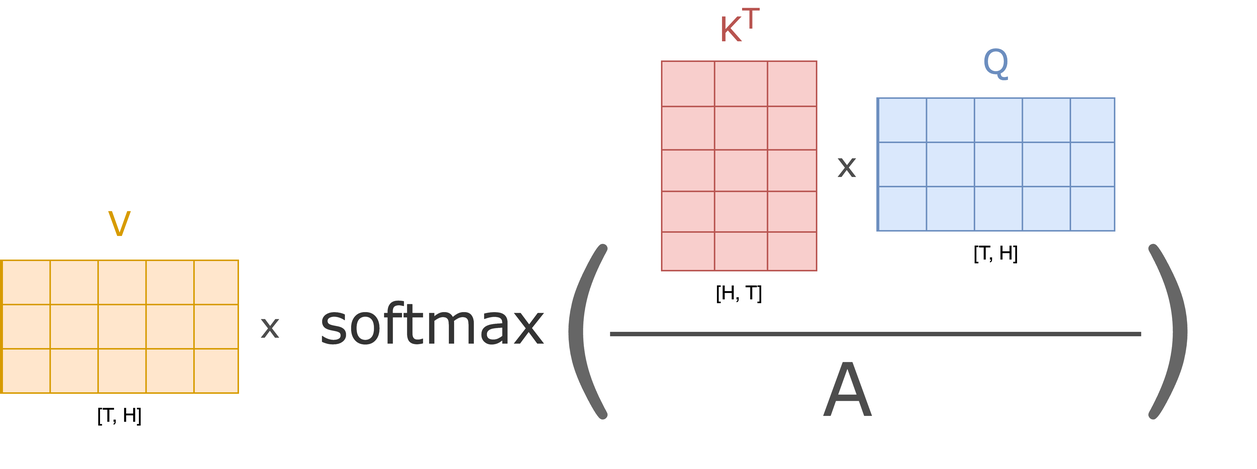
Earlier version of the draw.io export pages/imgs/att_ops.png (LxMLS/lxmls-guide). Source tidied: cells renumbered, new cells last; positions are measured from the earlier drawing's top-left corner, leaving out a move shared by most shapes.
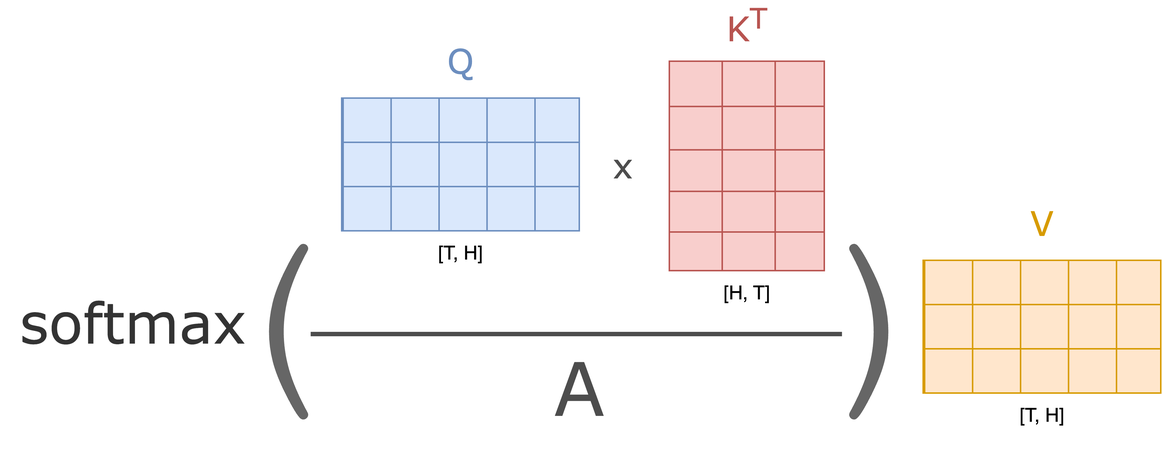
The same file after the commit.

Commit message:
[fix] Update ops figure with the classic order

The edit, as a diff of the source:
```diff
@@ -3,52 +3,13 @@
     <mxCell id="0" />
     <mxCell id="1" parent="0" />
     <mxCell id="2" value="&lt;font color=&quot;#b85450&quot;&gt;K&lt;sup&gt;T&lt;/sup&gt;&lt;/font&gt;" style="text;html=1;strokeColor=none;fillColor=none;align=center;verticalAlign=middle;whiteSpace=wrap;rounded=0;fontFamily=Verdana;fontSize=23;fontColor=#990000;" parent="1" vertex="1">
-      <mxGeometry x="470.5" width="60" height="30" as="geometry" />
+      <mxGeometry x="678.5" width="60" height="30" as="geometry" />
     </mxCell>
     <mxCell id="3" value="[H, T]" style="text;html=1;strokeColor=none;fillColor=none;align=center;verticalAlign=middle;whiteSpace=wrap;rounded=0;fontSize=13;" parent="1" vertex="1">
-      <mxGeometry x="480.5" y="182" width="40" height="30" as="geometry" />
+      <mxGeometry x="688.5" y="182" width="40" height="30" as="geometry" />
     </mxCell>
-    <mxCell id="4" style="group;fillColor=#dae8fc;strokeColor=#6c8ebf;" parent="1" vertex="1">
-      <mxGeometry x="594" y="65" width="161" height="90" as="geometry" />
-    </mxCell>
-    <mxCell id="5" style="group;fillColor=#dae8fc;strokeColor=#6c8ebf;" parent="4" vertex="1">
-      <mxGeometry x="1" width="160" height="90" as="geometry" />
-    </mxCell>
-    <mxCell id="6" style="group;fillColor=#dae8fc;strokeColor=#6c8ebf;direction=south;" parent="4" vertex="1">
-      <mxGeometry x="1" width="160" height="90" as="geometry" />
-    </mxCell>
-    <mxCell id="7" style="rounded=0;whiteSpace=wrap;html=1;fillColor=#dae8fc;direction=south;strokeColor=#6c8ebf;" parent="4" vertex="1">
-      <mxGeometry x="1" width="130" height="90" as="geometry" />
-    </mxCell>
-    <mxCell id="8" style="endArrow=none;html=1;rounded=0;exitX=1;exitY=0.75;exitDx=0;exitDy=0;entryX=0;entryY=0.75;entryDx=0;entryDy=0;fillColor=#dae8fc;strokeColor=#6c8ebf;" parent="4" edge="1" source="7" target="7">
-      <mxGeometry relative="1" as="geometry" />
-    </mxCell>
-    <mxCell id="9" style="endArrow=none;html=1;rounded=0;exitX=0;exitY=0.5;exitDx=0;exitDy=0;entryX=1;entryY=0.5;entryDx=0;entryDy=0;fillColor=#dae8fc;strokeColor=#6c8ebf;" parent="4" edge="1" source="7" target="7">
-      <mxGeometry relative="1" as="geometry" />
-    </mxCell>
-    <mxCell id="10" style="endArrow=none;html=1;rounded=0;fillColor=#dae8fc;strokeColor=#6c8ebf;" parent="4" edge="1">
-      <mxGeometry relative="1" as="geometry">
-        <mxPoint x="161" y="60" as="sourcePoint" />
-        <mxPoint y="60" as="targetPoint" />
-      </mxGeometry>
-    </mxCell>
-    <mxCell id="11" style="endArrow=none;html=1;rounded=0;entryX=0;entryY=0.25;entryDx=0;entryDy=0;exitX=1;exitY=0.25;exitDx=0;exitDy=0;fillColor=#dae8fc;strokeColor=#6c8ebf;" parent="4" edge="1" source="7" target="7">
-      <mxGeometry relative="1" as="geometry" />
-    </mxCell>
-    <mxCell id="12" style="endArrow=none;html=1;rounded=0;fillColor=#dae8fc;strokeColor=#6c8ebf;" parent="4" edge="1">
-      <mxGeometry relative="1" as="geometry">
-        <mxPoint x="161" y="30" as="sourcePoint" />
-        <mxPoint y="30" as="targetPoint" />
-      </mxGeometry>
-    </mxCell>
-    <mxCell id="13" value="&lt;font color=&quot;#6c8ebf&quot;&gt;Q&lt;/font&gt;" style="text;html=1;strokeColor=none;fillColor=none;align=center;verticalAlign=middle;whiteSpace=wrap;rounded=0;fontFamily=Verdana;fontSize=23;fontColor=#990000;" parent="1" vertex="1">
-      <mxGeometry x="644.5" y="25" width="60" height="30" as="geometry" />
-    </mxCell>
-    <mxCell id="14" value="[T, H]" style="text;html=1;strokeColor=none;fillColor=none;align=center;verticalAlign=middle;whiteSpace=wrap;rounded=0;fontSize=13;" parent="1" vertex="1">
-      <mxGeometry x="654.5" y="155" width="40" height="30" as="geometry" />
-    </mxCell>
     <mxCell id="15" style="group;fillColor=#ffe6cc;strokeColor=#d79b00;" parent="1" vertex="1">
-      <mxGeometry y="175" width="161" height="90" as="geometry" />
+      <mxGeometry x="828" y="175" width="161" height="90" as="geometry" />
     </mxCell>
     <mxCell id="16" style="group;fillColor=#ffe6cc;strokeColor=#d79b00;" parent="15" vertex="1">
       <mxGeometry x="1" width="160" height="90" as="geometry" />
@@ -81,16 +42,16 @@
       </mxGeometry>
     </mxCell>
     <mxCell id="24" value="&lt;font color=&quot;#d79b00&quot;&gt;V&lt;/font&gt;" style="text;html=1;strokeColor=none;fillColor=none;align=center;verticalAlign=middle;whiteSpace=wrap;rounded=0;fontFamily=Verdana;fontSize=23;fontColor=#990000;" parent="1" vertex="1">
-      <mxGeometry x="50.5" y="135" width="60" height="30" as="geometry" />
+      <mxGeometry x="878.5" y="135" width="60" height="30" as="geometry" />
     </mxCell>
     <mxCell id="25" value="[T, H]" style="text;html=1;strokeColor=none;fillColor=none;align=center;verticalAlign=middle;whiteSpace=wrap;rounded=0;fontSize=13;" parent="1" vertex="1">
-      <mxGeometry x="60.5" y="265" width="40" height="30" as="geometry" />
+      <mxGeometry x="888.5" y="265" width="40" height="30" as="geometry" />
     </mxCell>
     <mxCell id="26" value="x" style="text;html=1;strokeColor=none;fillColor=none;align=center;verticalAlign=middle;whiteSpace=wrap;rounded=0;fontFamily=Verdana;fontSize=23;fontColor=#4D4D4D;" parent="1" vertex="1">
-      <mxGeometry x="554" y="95" width="40" height="30" as="geometry" />
+      <mxGeometry x="605" y="96" width="40" height="30" as="geometry" />
     </mxCell>
     <mxCell id="27" style="group;" parent="1" vertex="1">
-      <mxGeometry x="448" y="40" width="105" height="142" as="geometry" />
+      <mxGeometry x="656" y="40" width="105" height="142" as="geometry" />
     </mxCell>
     <mxCell id="28" style="group;fillColor=#f8cecc;strokeColor=#b85450;direction=south;" parent="27" vertex="1">
       <mxGeometry x="25.1" width="79.9" height="142" as="geometry" />
@@ -135,7 +96,7 @@
       </mxGeometry>
     </mxCell>
     <mxCell id="37" value="&lt;font style=&quot;font-size: 50px;&quot;&gt;A&lt;/font&gt;" style="text;html=1;strokeColor=none;fillColor=none;align=center;verticalAlign=middle;whiteSpace=wrap;rounded=0;fontFamily=Verdana;fontSize=23;fontColor=#4D4D4D;" parent="1" vertex="1">
-      <mxGeometry x="519.8" y="225" width="108.5" height="70" as="geometry" />
+      <mxGeometry x="540.8" y="225" width="108.5" height="70" as="geometry" />
     </mxCell>
     <mxCell id="38" value="&lt;font color=&quot;#666666&quot; face=&quot;Courier New&quot; style=&quot;font-size: 161px;&quot;&gt;(&lt;/font&gt;" style="text;html=1;strokeColor=none;fillColor=none;align=center;verticalAlign=middle;whiteSpace=wrap;rounded=0;fontFamily=Verdana;fontSize=23;fontColor=#4D4D4D;" parent="1" vertex="1">
       <mxGeometry x="351" y="135" width="70" height="170" as="geometry" />
@@ -143,8 +104,44 @@
     <mxCell id="39" value="&lt;font color=&quot;#333333&quot; style=&quot;font-size: 38px;&quot;&gt;softmax&lt;/font&gt;" style="text;html=1;strokeColor=none;fillColor=none;align=center;verticalAlign=middle;whiteSpace=wrap;rounded=0;fontFamily=Verdana;fontSize=23;fontColor=#4D4D4D;" parent="1" vertex="1">
       <mxGeometry x="203" y="182" width="180" height="70" as="geometry" />
     </mxCell>
-    <mxCell id="40" value="x" style="text;html=1;strokeColor=none;fillColor=none;align=center;verticalAlign=middle;whiteSpace=wrap;rounded=0;fontFamily=Verdana;fontSize=23;fontColor=#4D4D4D;" parent="1" vertex="1">
-      <mxGeometry x="163" y="204" width="40" height="30" as="geometry" />
-    </mxCell>
+    <mxCell id="41" style="group;fillColor=#dae8fc;strokeColor=#6c8ebf;" parent="1" vertex="1">
+      <mxGeometry x="434" y="65" width="161" height="90" as="geometry" />
+    </mxCell>
+    <mxCell id="5" style="group;fillColor=#dae8fc;strokeColor=#6c8ebf;" parent="41" vertex="1">
+      <mxGeometry x="1" width="160" height="90" as="geometry" />
+    </mxCell>
+    <mxCell id="6" style="group;fillColor=#dae8fc;strokeColor=#6c8ebf;direction=south;" parent="41" vertex="1">
+      <mxGeometry x="1" width="160" height="90" as="geometry" />
+    </mxCell>
+    <mxCell id="7" style="rounded=0;whiteSpace=wrap;html=1;fillColor=#dae8fc;direction=south;strokeColor=#6c8ebf;" parent="41" vertex="1">
+      <mxGeometry x="1" width="130" height="90" as="geometry" />
+    </mxCell>
+    <mxCell id="42" style="endArrow=none;html=1;rounded=0;exitX=1;exitY=0.75;exitDx=0;exitDy=0;entryX=0;entryY=0.75;entryDx=0;entryDy=0;fillColor=#dae8fc;strokeColor=#6c8ebf;" parent="41" edge="1" source="7" target="7">
+      <mxGeometry relative="1" as="geometry" />
+    </mxCell>
+    <mxCell id="43" style="endArrow=none;html=1;rounded=0;exitX=0;exitY=0.5;exitDx=0;exitDy=0;entryX=1;entryY=0.5;entryDx=0;entryDy=0;fillColor=#dae8fc;strokeColor=#6c8ebf;" parent="41" edge="1" source="7" target="7">
+      <mxGeometry relative="1" as="geometry" />
+    </mxCell>
+    <mxCell id="44" style="endArrow=none;html=1;rounded=0;fillColor=#dae8fc;strokeColor=#6c8ebf;" parent="41" edge="1">
+      <mxGeometry relative="1" as="geometry">
+        <mxPoint x="161" y="60" as="sourcePoint" />
+        <mxPoint y="60" as="targetPoint" />
+      </mxGeometry>
+    </mxCell>
+    <mxCell id="45" style="endArrow=none;html=1;rounded=0;entryX=0;entryY=0.25;entryDx=0;entryDy=0;exitX=1;exitY=0.25;exitDx=0;exitDy=0;fillColor=#dae8fc;strokeColor=#6c8ebf;" parent="41" edge="1" source="7" target="7">
+      <mxGeometry relative="1" as="geometry" />
+    </mxCell>
+    <mxCell id="46" style="endArrow=none;html=1;rounded=0;fillColor=#dae8fc;strokeColor=#6c8ebf;" parent="41" edge="1">
+      <mxGeometry relative="1" as="geometry">
+        <mxPoint x="161" y="30" as="sourcePoint" />
+        <mxPoint y="30" as="targetPoint" />
+      </mxGeometry>
+    </mxCell>
+    <mxCell id="13" value="&lt;font color=&quot;#6c8ebf&quot;&gt;Q&lt;/font&gt;" style="text;html=1;strokeColor=none;fillColor=none;align=center;verticalAlign=middle;whiteSpace=wrap;rounded=0;fontFamily=Verdana;fontSize=23;fontColor=#990000;" parent="1" vertex="1">
+      <mxGeometry x="484.5" y="25" width="60" height="30" as="geometry" />
+    </mxCell>
+    <mxCell id="14" value="[T, H]" style="text;html=1;strokeColor=none;fillColor=none;align=center;verticalAlign=middle;whiteSpace=wrap;rounded=0;fontSize=13;" parent="1" vertex="1">
+      <mxGeometry x="494.5" y="155" width="40" height="30" as="geometry" />
+    </mxCell>
   </root>
 </mxGraphModel>
```
